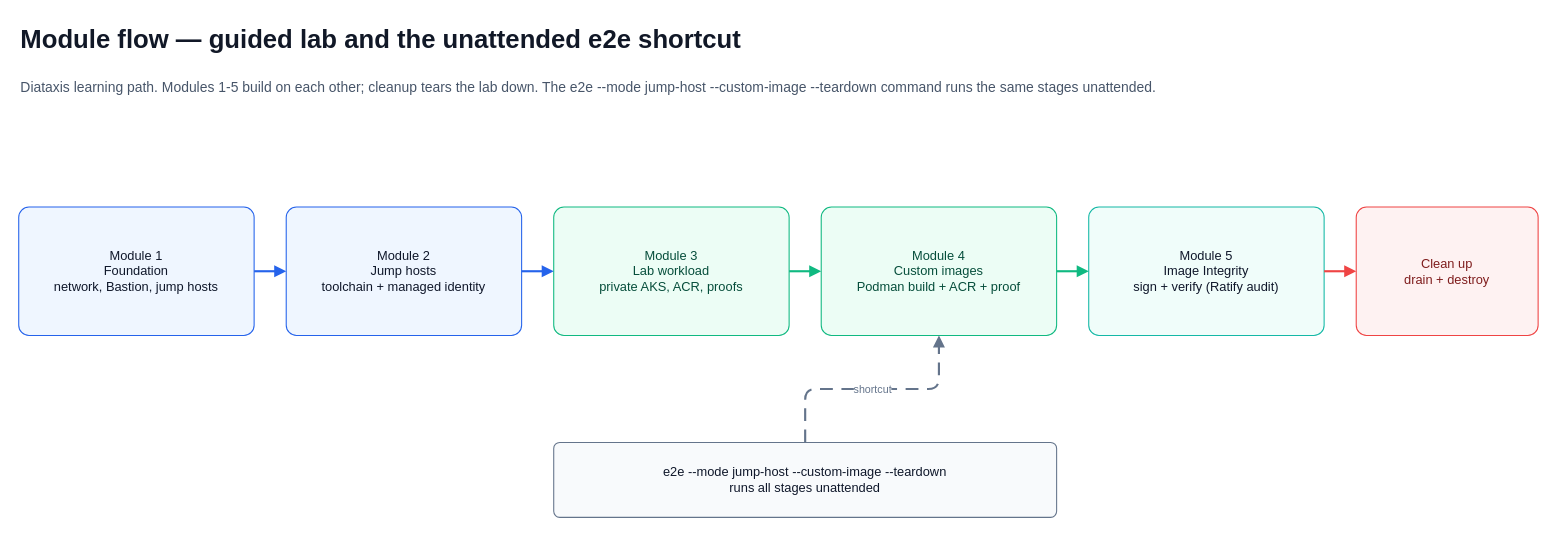
KenKilty/AKS-Anyscale-Private-Cluster-Sample keeps this draw.io diagram as docs/diagrams/05-module-flow.drawio. Above is the earlier version. Source tidied: cells renumbered, new cells numbered last; positions are measured from the earlier drawing's top-left corner, leaving out a move shared by most shapes. Both pictures are drawn from the tidied source at 107%, with x=0, y=0 at pixel (18, 18).
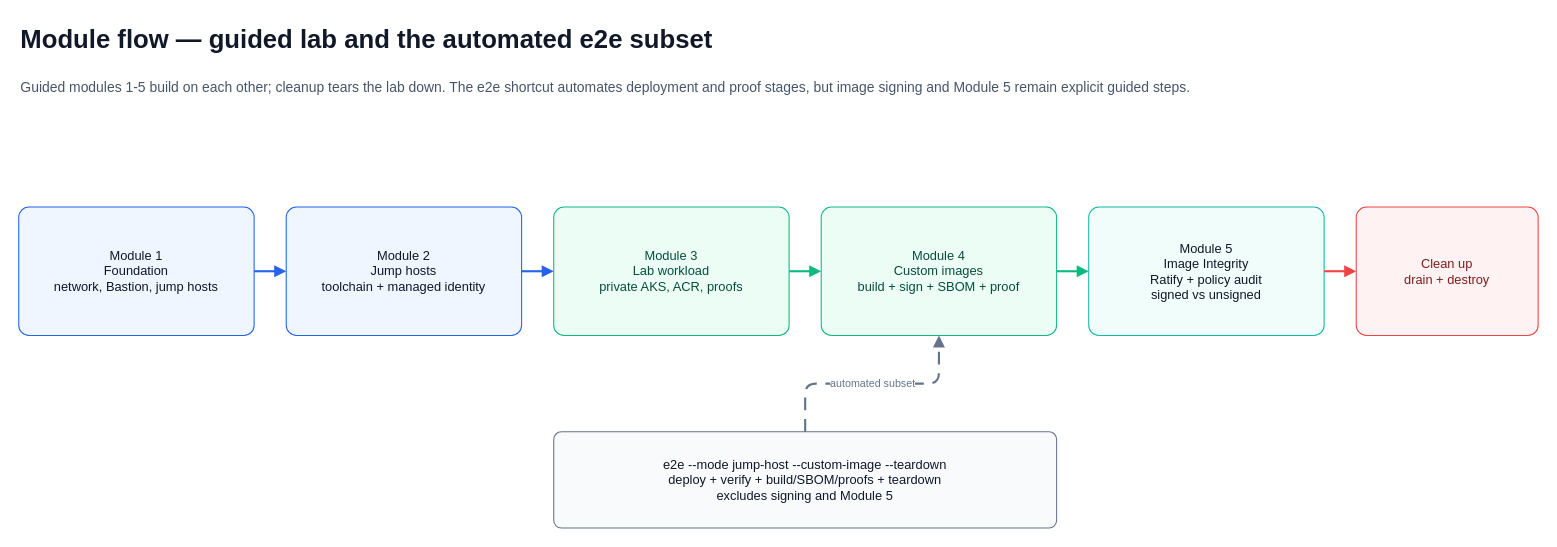
The same diagram, later.

Change to the diagram source:
```diff
@@
 <mxGraphModel>
   <root>
     <mxCell id="0" />
     <mxCell id="1" parent="0" />
-    <mxCell id="2" value="Module flow — guided lab and the unattended e2e shortcut" style="text;html=1;strokeColor=none;fillColor=none;align=left;verticalAlign=middle;whiteSpace=wrap;fontFamily=Arial;fontSize=24;fontStyle=1;fontColor=#111827;" parent="1" vertex="1">
+    <mxCell id="2" value="Module flow — guided lab and the automated e2e subset" style="text;html=1;strokeColor=none;fillColor=none;align=left;verticalAlign=middle;whiteSpace=wrap;fontFamily=Arial;fontSize=24;fontStyle=1;fontColor=#111827;" parent="1" vertex="1">
       <mxGeometry width="1100" height="40" as="geometry" />
     </mxCell>
-    <mxCell id="3" value="Diataxis learning path. Modules 1-5 build on each other; cleanup tears the lab down. The e2e --mode jump-host --custom-image --teardown command runs the same stages unattended." style="text;html=1;strokeColor=none;fillColor=none;align=left;verticalAlign=middle;whiteSpace=wrap;fontFamily=Arial;fontSize=13;fontColor=#475569;" parent="1" vertex="1">
+    <mxCell id="3" value="Guided modules 1-5 build on each other; cleanup tears the lab down. The e2e shortcut automates deployment and proof stages, but image signing and Module 5 remain explicit guided steps." style="text;html=1;strokeColor=none;fillColor=none;align=left;verticalAlign=middle;whiteSpace=wrap;fontFamily=Arial;fontSize=13;fontColor=#475569;" parent="1" vertex="1">
       <mxGeometry y="42" width="1420" height="44" as="geometry" />
     </mxCell>
     <mxCell id="4" value="Module 1&#10;Foundation&#10;network, Bastion, jump hosts" style="rounded=1;whiteSpace=wrap;html=1;arcSize=8;strokeColor=#2563EB;fillColor=#EFF6FF;fontColor=#0F172A;fontFamily=Arial;fontSize=12;align=center;verticalAlign=middle;spacing=6;" parent="1" vertex="1">
       <mxGeometry y="176" width="220" height="120" as="geometry" />
     </mxCell>
     <mxCell id="5" value="Module 2&#10;Jump hosts&#10;toolchain + managed identity" style="rounded=1;whiteSpace=wrap;html=1;arcSize=8;strokeColor=#2563EB;fillColor=#EFF6FF;fontColor=#0F172A;fontFamily=Arial;fontSize=12;align=center;verticalAlign=middle;spacing=6;" parent="1" vertex="1">
       <mxGeometry x="250" y="176" width="220" height="120" as="geometry" />
     </mxCell>
     <mxCell id="6" value="Module 3&#10;Lab workload&#10;private AKS, ACR, proofs" style="rounded=1;whiteSpace=wrap;html=1;arcSize=8;strokeColor=#10B981;fillColor=#ECFDF5;fontColor=#064E3B;fontFamily=Arial;fontSize=12;align=center;verticalAlign=middle;spacing=6;" parent="1" vertex="1">
       <mxGeometry x="500" y="176" width="220" height="120" as="geometry" />
     </mxCell>
-    <mxCell id="7" value="Module 4&#10;Custom images&#10;Podman build + ACR + proof" style="rounded=1;whiteSpace=wrap;html=1;arcSize=8;strokeColor=#10B981;fillColor=#ECFDF5;fontColor=#064E3B;fontFamily=Arial;fontSize=12;align=center;verticalAlign=middle;spacing=6;" parent="1" vertex="1">
+    <mxCell id="7" value="Module 4&#10;Custom images&#10;build + sign + SBOM + proof" style="rounded=1;whiteSpace=wrap;html=1;arcSize=8;strokeColor=#10B981;fillColor=#ECFDF5;fontColor=#064E3B;fontFamily=Arial;fontSize=12;align=center;verticalAlign=middle;spacing=6;" parent="1" vertex="1">
       <mxGeometry x="750" y="176" width="220" height="120" as="geometry" />
     </mxCell>
-    <mxCell id="8" value="Module 5&#10;Image Integrity&#10;sign + verify (Ratify audit)" style="rounded=1;whiteSpace=wrap;html=1;arcSize=8;strokeColor=#14B8A6;fillColor=#F0FDFA;fontColor=#0F172A;fontFamily=Arial;fontSize=12;align=center;verticalAlign=middle;spacing=6;" parent="1" vertex="1">
+    <mxCell id="8" value="Module 5&#10;Image Integrity&#10;Ratify + policy audit&#10;signed vs unsigned" style="rounded=1;whiteSpace=wrap;html=1;arcSize=8;strokeColor=#14B8A6;fillColor=#F0FDFA;fontColor=#0F172A;fontFamily=Arial;fontSize=12;align=center;verticalAlign=middle;spacing=6;" parent="1" vertex="1">
       <mxGeometry x="1000" y="176" width="220" height="120" as="geometry" />
     </mxCell>
     <mxCell id="9" value="Clean up&#10;drain + destroy" style="rounded=1;whiteSpace=wrap;html=1;arcSize=8;strokeColor=#EF4444;fillColor=#FEF2F2;fontColor=#7F1D1D;fontFamily=Arial;fontSize=12;align=center;verticalAlign=middle;spacing=6;" parent="1" vertex="1">
       <mxGeometry x="1250" y="176" width="170" height="120" as="geometry" />
     </mxCell>
-    <mxCell id="10" value="e2e --mode jump-host --custom-image --teardown&#10;runs all stages unattended" style="rounded=1;whiteSpace=wrap;html=1;arcSize=8;strokeColor=#64748B;fillColor=#F8FAFC;fontColor=#0F172A;fontFamily=Arial;fontSize=12;align=center;verticalAlign=middle;spacing=6;" parent="1" vertex="1">
-      <mxGeometry x="500" y="396" width="470" height="70" as="geometry" />
+    <mxCell id="10" value="e2e --mode jump-host --custom-image --teardown&#10;deploy + verify + build/SBOM/proofs + teardown&#10;excludes signing and Module 5" style="rounded=1;whiteSpace=wrap;html=1;arcSize=8;strokeColor=#64748B;fillColor=#F8FAFC;fontColor=#0F172A;fontFamily=Arial;fontSize=12;align=center;verticalAlign=middle;spacing=6;" parent="1" vertex="1">
+      <mxGeometry x="500" y="386" width="470" height="90" as="geometry" />
     </mxCell>
     <mxCell id="11" style="edgeStyle=orthogonalEdgeStyle;rounded=1;html=1;endArrow=block;endFill=1;strokeWidth=2;strokeColor=#2563EB;fontSize=10;fontColor=#2563EB;labelBackgroundColor=#FFFFFF;" parent="1" edge="1" source="4" target="5">
       <mxGeometry relative="1" as="geometry" />
     </mxCell>
     <mxCell id="12" style="edgeStyle=orthogonalEdgeStyle;rounded=1;html=1;endArrow=block;endFill=1;strokeWidth=2;strokeColor=#2563EB;fontSize=10;fontColor=#2563EB;labelBackgroundColor=#FFFFFF;" parent="1" edge="1" source="5" target="6">
       <mxGeometry relative="1" as="geometry" />
     </mxCell>
     <mxCell id="13" style="edgeStyle=orthogonalEdgeStyle;rounded=1;html=1;endArrow=block;endFill=1;strokeWidth=2;strokeColor=#10B981;fontSize=10;fontColor=#10B981;labelBackgroundColor=#FFFFFF;" parent="1" edge="1" source="6" target="7">
       <mxGeometry relative="1" as="geometry" />
     </mxCell>
     <mxCell id="14" style="edgeStyle=orthogonalEdgeStyle;rounded=1;html=1;endArrow=block;endFill=1;strokeWidth=2;strokeColor=#10B981;fontSize=10;fontColor=#10B981;labelBackgroundColor=#FFFFFF;" parent="1" edge="1" source="7" target="8">
       <mxGeometry relative="1" as="geometry" />
     </mxCell>
     <mxCell id="15" style="edgeStyle=orthogonalEdgeStyle;rounded=1;html=1;endArrow=block;endFill=1;strokeWidth=2;strokeColor=#EF4444;fontSize=10;fontColor=#EF4444;labelBackgroundColor=#FFFFFF;" parent="1" edge="1" source="8" target="9">
       <mxGeometry relative="1" as="geometry" />
     </mxCell>
-    <mxCell id="16" value="shortcut" style="edgeStyle=orthogonalEdgeStyle;rounded=1;html=1;endArrow=block;endFill=1;strokeWidth=2;strokeColor=#64748B;dashed=1;dashPattern=6 4;fontSize=10;fontColor=#64748B;labelBackgroundColor=#FFFFFF;" parent="1" edge="1" source="10" target="7">
+    <mxCell id="16" value="automated subset" style="edgeStyle=orthogonalEdgeStyle;rounded=1;html=1;endArrow=block;endFill=1;strokeWidth=2;strokeColor=#64748B;dashed=1;dashPattern=6 4;fontSize=10;fontColor=#64748B;labelBackgroundColor=#FFFFFF;" parent="1" edge="1" source="10" target="7">
       <mxGeometry relative="1" as="geometry" />
     </mxCell>
   </root>
 </mxGraphModel>
```
